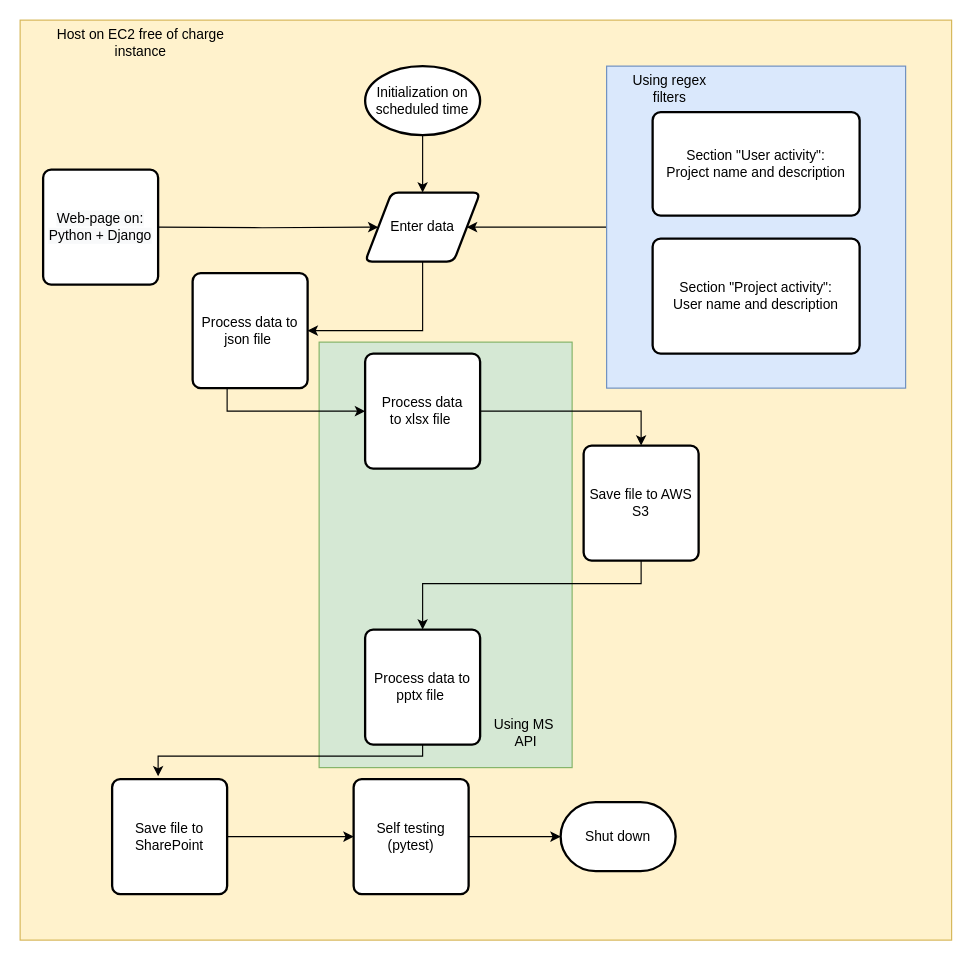
The draw.io diagram auto-reporter/auto-reporter.drawio in IcyAltair/Pet-projects, before the edit. Source tidied: cells renumbered, new cells numbered last; positions are measured from the earlier drawing's top-left corner, leaving out a move shared by most shapes. Both pictures are drawn from the tidied source at 115%, with x=0, y=0 at pixel (20, 20).
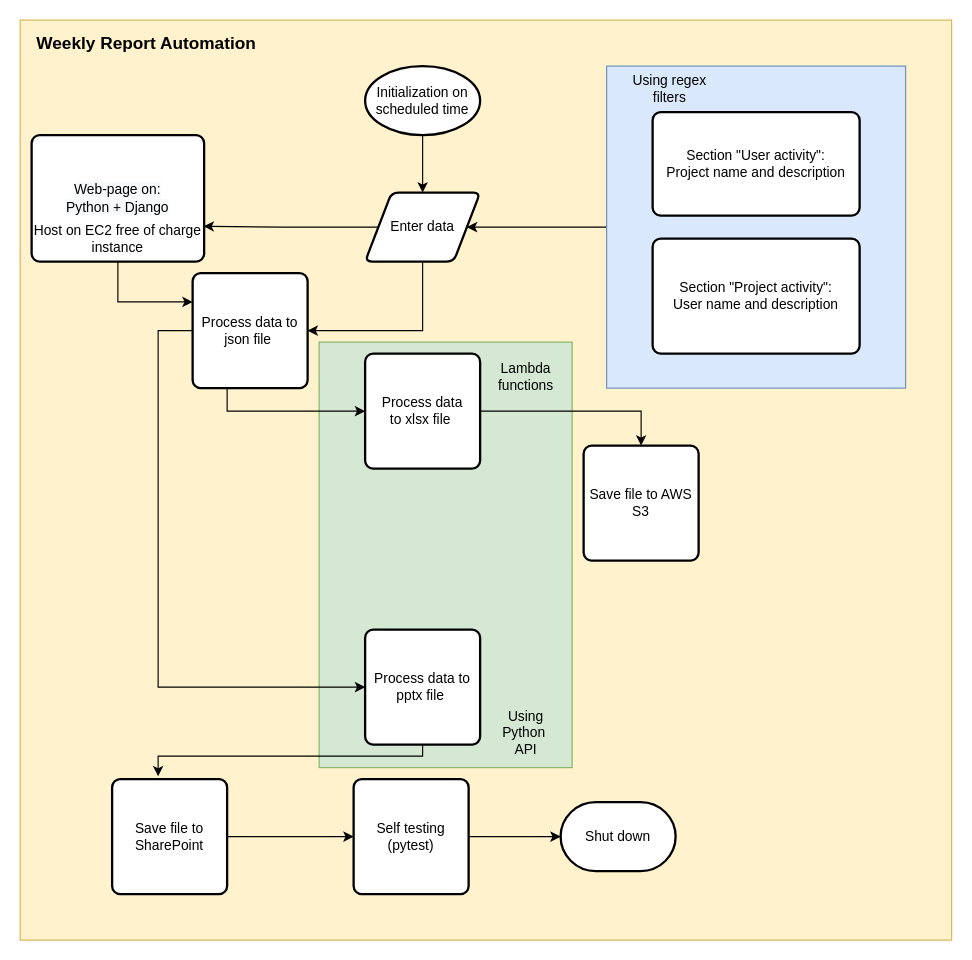
Above is the later version.

Unchanged cells that the change refers to:
```xml
<mxCell id="9" value="Enter data" style="shape=parallelogram;html=1;strokeWidth=2;perimeter=parallelogramPerimeter;whiteSpace=wrap;rounded=1;arcSize=12;size=0.23;" parent="1" vertex="1">
  <mxGeometry x="300" y="150" width="100" height="60" as="geometry" />
</mxCell>
<mxCell id="13" value="&lt;span&gt;Process data to pptx file&amp;nbsp;&lt;/span&gt;" style="rounded=1;whiteSpace=wrap;html=1;absoluteArcSize=1;arcSize=14;strokeWidth=2;" parent="1" vertex="1">
  <mxGeometry x="300" y="530" width="100" height="100" as="geometry" />
</mxCell>
<mxCell id="15" value="Save file to AWS S3" style="rounded=1;whiteSpace=wrap;html=1;absoluteArcSize=1;arcSize=14;strokeWidth=2;" parent="1" vertex="1">
  <mxGeometry x="490" y="370" width="100" height="100" as="geometry" />
</mxCell>
<mxCell id="27" value="Process data to json file&amp;nbsp;" style="rounded=1;whiteSpace=wrap;html=1;absoluteArcSize=1;arcSize=14;strokeWidth=2;" parent="1" vertex="1">
  <mxGeometry x="150" y="220" width="100" height="100" as="geometry" />
</mxCell>
```

Change to the diagram source:
```diff
@@
+    <mxCell id="30" style="edgeStyle=orthogonalEdgeStyle;rounded=0;jettySize=auto;html=1;entryX=0.997;entryY=0.721;entryDx=0;entryDy=0;entryPerimeter=0;" parent="1" edge="1" source="9" target="22">
+      <mxGeometry relative="1" as="geometry" />
+    </mxCell>
@@
-    <mxCell id="14" style="edgeStyle=orthogonalEdgeStyle;rounded=0;jettySize=auto;html=1;entryX=0.5;entryY=0;entryDx=0;entryDy=0;" parent="1" edge="1" source="15" target="13">
-      <mxGeometry relative="1" as="geometry">
-        <Array as="points">
-          <mxPoint x="540" y="490" />
-          <mxPoint x="350" y="490" />
-        </Array>
-      </mxGeometry>
-    </mxCell>
@@
-    <mxCell id="21" style="edgeStyle=orthogonalEdgeStyle;rounded=0;jettySize=auto;html=1;entryX=0;entryY=0.5;entryDx=0;entryDy=0;" parent="1" edge="1" target="9">
-      <mxGeometry relative="1" as="geometry">
-        <mxPoint x="120" y="180" as="sourcePoint" />
-      </mxGeometry>
-    </mxCell>
+    <mxCell id="31" style="edgeStyle=orthogonalEdgeStyle;rounded=0;jettySize=auto;html=1;exitX=0.5;exitY=1;exitDx=0;exitDy=0;entryX=0;entryY=0.25;entryDx=0;entryDy=0;" parent="1" edge="1" source="22" target="27">
+      <mxGeometry relative="1" as="geometry" />
+    </mxCell>
     <mxCell id="22" value="&#10;&#10;&lt;span style=&quot;color: rgb(0, 0, 0); font-family: helvetica; font-size: 12px; font-style: normal; font-weight: 400; letter-spacing: normal; text-align: center; text-indent: 0px; text-transform: none; word-spacing: 0px; background-color: rgb(248, 249, 250); display: inline; float: none;&quot;&gt;Web-page on:&lt;/span&gt;&lt;br style=&quot;color: rgb(0, 0, 0); font-family: helvetica; font-size: 12px; font-style: normal; font-weight: 400; letter-spacing: normal; text-align: center; text-indent: 0px; text-transform: none; word-spacing: 0px; background-color: rgb(248, 249, 250);&quot;&gt;&lt;span style=&quot;color: rgb(0, 0, 0); font-family: helvetica; font-size: 12px; font-style: normal; font-weight: 400; letter-spacing: normal; text-align: center; text-indent: 0px; text-transform: none; word-spacing: 0px; background-color: rgb(248, 249, 250); display: inline; float: none;&quot;&gt;Python + Django&lt;/span&gt;&#10;&#10;" style="rounded=1;whiteSpace=wrap;html=1;absoluteArcSize=1;arcSize=14;strokeWidth=2;" parent="1" vertex="1">
-      <mxGeometry x="20" y="130" width="100" height="100" as="geometry" />
+      <mxGeometry x="10" y="100" width="150" height="110" as="geometry" />
     </mxCell>
@@
+    <mxCell id="32" style="edgeStyle=orthogonalEdgeStyle;rounded=0;jettySize=auto;html=1;" parent="1" edge="1" source="27" target="13">
+      <mxGeometry relative="1" as="geometry">
+        <Array as="points">
+          <mxPoint x="120" y="270" />
+          <mxPoint x="120" y="580" />
+        </Array>
+      </mxGeometry>
+    </mxCell>
@@
-    <mxCell id="28" value="Using MS&amp;nbsp; API" style="text;html=1;strokeColor=none;fillColor=none;align=center;verticalAlign=middle;whiteSpace=wrap;rounded=0;" parent="1" vertex="1">
+    <mxCell id="28" value="Using Python&amp;nbsp; API" style="text;html=1;strokeColor=none;fillColor=none;align=center;verticalAlign=middle;whiteSpace=wrap;rounded=0;" parent="1" vertex="1">
       <mxGeometry x="410" y="610" width="60" height="20" as="geometry" />
     </mxCell>
     <mxCell id="29" value="Host on EC2 free of charge instance" style="text;html=1;strokeColor=none;fillColor=none;align=center;verticalAlign=middle;whiteSpace=wrap;rounded=0;" parent="1" vertex="1">
-      <mxGeometry x="30" y="10" width="150" height="20" as="geometry" />
+      <mxGeometry x="10" y="180" width="150" height="20" as="geometry" />
     </mxCell>
+    <mxCell id="33" value="Lambda functions" style="text;html=1;strokeColor=none;fillColor=none;align=center;verticalAlign=middle;whiteSpace=wrap;rounded=0;" parent="1" vertex="1">
+      <mxGeometry x="420" y="300" width="40" height="20" as="geometry" />
+    </mxCell>
+    <mxCell id="34" value="&lt;b&gt;&lt;font style=&quot;font-size: 15px&quot;&gt;Weekly Report Automation&lt;/font&gt;&lt;/b&gt;" style="text;html=1;strokeColor=none;fillColor=none;align=center;verticalAlign=middle;whiteSpace=wrap;rounded=0;" parent="1" vertex="1">
+      <mxGeometry x="10" y="10" width="200" height="20" as="geometry" />
+    </mxCell>
```
